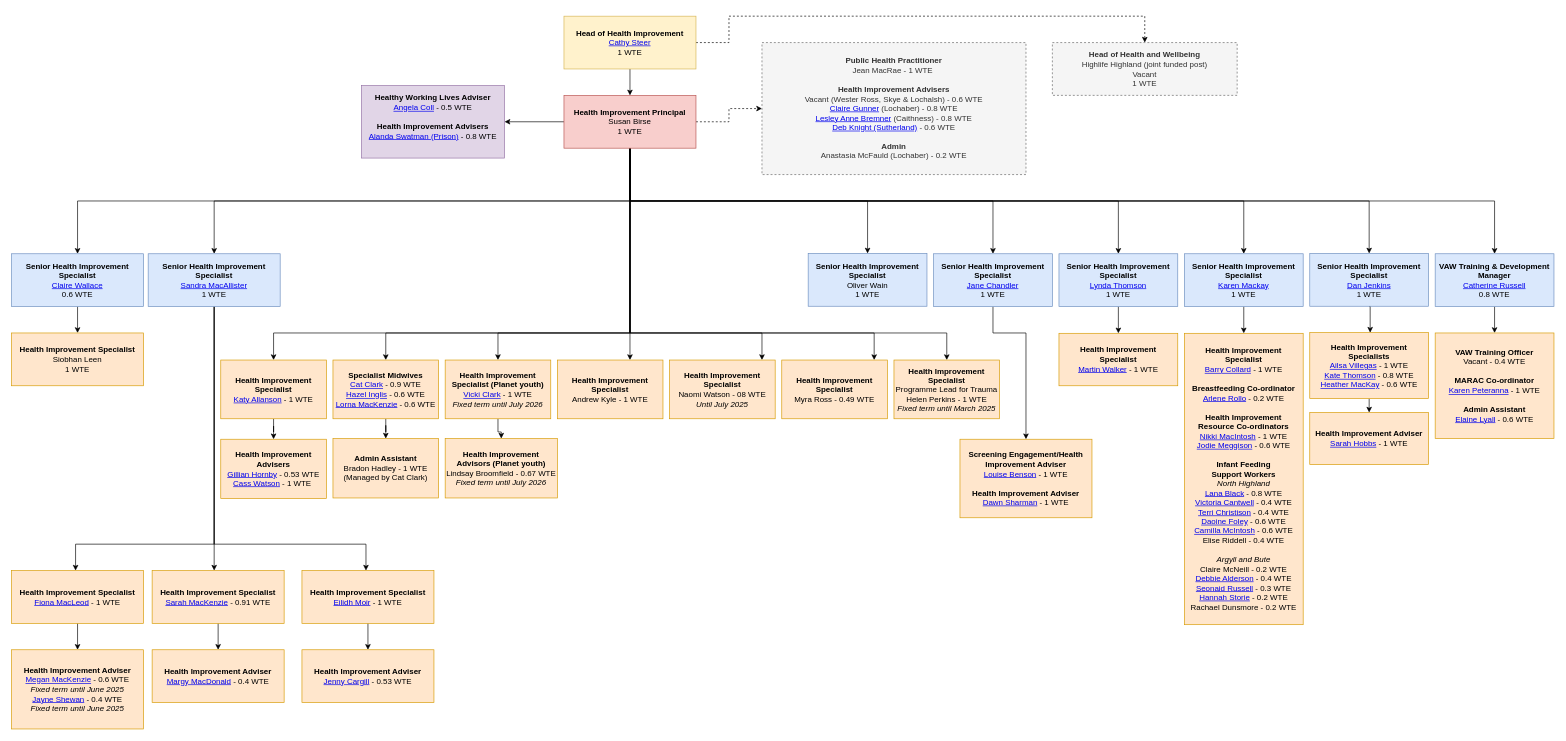
The draw.io diagram Untitled Diagram.drawio in barrycollard/staffOrgChart, before the edit. Source tidied: cells renumbered, new cells numbered last; positions are measured from the earlier drawing's top-left corner, leaving out a move shared by most shapes. Both pictures are drawn from the tidied source at 66%, with x=0, y=0 at pixel (11, 16).
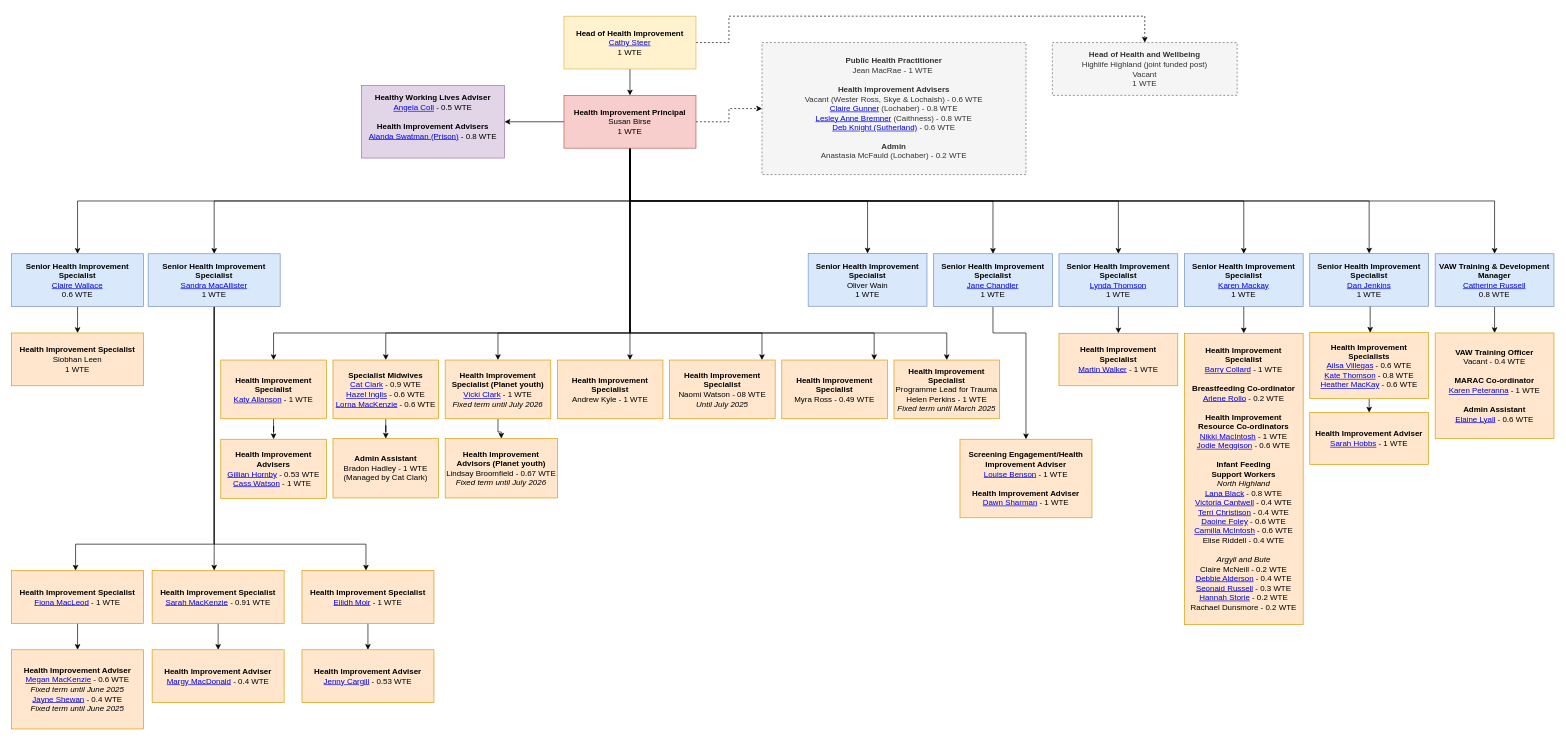
The same page after the edit.

Commit message:
update Ailsa's hours

What changed in the source:
```diff
@@
-    <mxCell id="57" value="&lt;div&gt;&lt;b&gt;Health Improvement Specialists&lt;/b&gt;&lt;/div&gt;&lt;div style=&quot;border-color: var(--border-color);&quot;&gt;&lt;a href=&quot;https://nhshighland.publichealth.scot.nhs.uk/staff/ailsa-villegas/&quot;&gt;Ailsa Villegas&lt;/a&gt; -&amp;nbsp;&lt;span style=&quot;background-color: initial;&quot;&gt;1 WTE&lt;/span&gt;&lt;/div&gt;&lt;div style=&quot;border-color: var(--border-color);&quot;&gt;&lt;a href=&quot;https://nhshighland.publichealth.scot.nhs.uk/staff/kate-thomson/&quot;&gt;Kate Thomson&lt;/a&gt;&amp;nbsp;- 0.8 WTE&lt;br&gt;&lt;a href=&quot;https://nhshighland.publichealth.scot.nhs.uk/staff/heather-mackay/&quot;&gt;Heather MacKay&lt;/a&gt;&amp;nbsp;- 0.6 WTE&lt;span style=&quot;background-color: initial;&quot;&gt;&lt;br&gt;&lt;/span&gt;&lt;/div&gt;" style="rounded=0;whiteSpace=wrap;html=1;fillColor=#ffe6cc;strokeColor=#d79b00;" parent="1" vertex="1">
+    <mxCell id="57" value="&lt;div&gt;&lt;b&gt;Health Improvement Specialists&lt;/b&gt;&lt;/div&gt;&lt;div style=&quot;border-color: var(--border-color);&quot;&gt;&lt;a href=&quot;https://nhshighland.publichealth.scot.nhs.uk/staff/ailsa-villegas/&quot;&gt;Ailsa Villegas&lt;/a&gt; - 0.6&lt;span style=&quot;background-color: initial;&quot;&gt;&amp;nbsp;WTE&lt;/span&gt;&lt;/div&gt;&lt;div style=&quot;border-color: var(--border-color);&quot;&gt;&lt;a href=&quot;https://nhshighland.publichealth.scot.nhs.uk/staff/kate-thomson/&quot;&gt;Kate Thomson&lt;/a&gt;&amp;nbsp;- 0.8 WTE&lt;br&gt;&lt;a href=&quot;https://nhshighland.publichealth.scot.nhs.uk/staff/heather-mackay/&quot;&gt;Heather MacKay&lt;/a&gt;&amp;nbsp;- 0.6 WTE&lt;span style=&quot;background-color: initial;&quot;&gt;&lt;br&gt;&lt;/span&gt;&lt;/div&gt;" style="rounded=0;whiteSpace=wrap;html=1;fillColor=#ffe6cc;strokeColor=#d79b00;" parent="1" vertex="1">
       <mxGeometry x="1967" y="479.5" width="180" height="100" as="geometry" />
     </mxCell>
```
